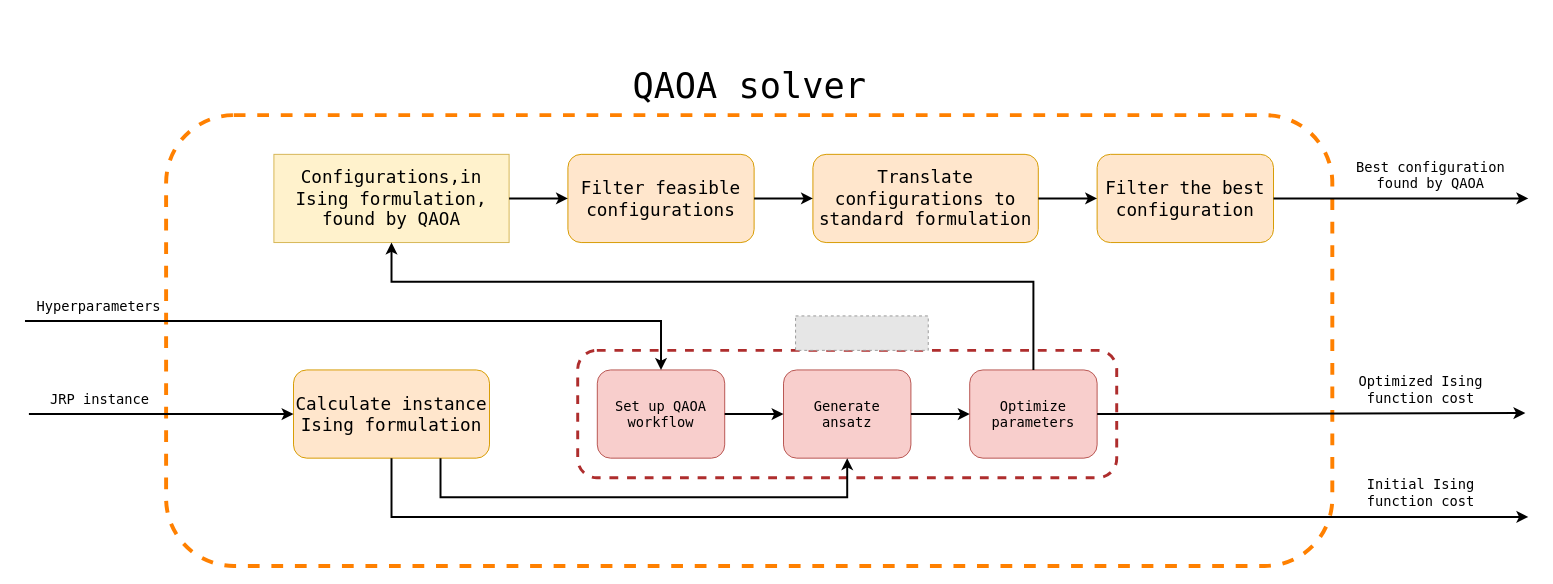
Above: page "solucionadorQAOA_english" (8 of 12) of experiment_testQAOASolver/design/experiment_design.drawio in AdrianoLusso/QuantumComputing_for_JobReassignmentProblem (draw.io), before the change. Source tidied: cells renumbered, new cells numbered last; positions are measured from the earlier drawing's top-left corner, leaving out a move shared by most shapes. Both pictures are drawn from the tidied source at 98%, with x=0, y=0 at pixel (24, 56). Pictures stored in the file or linked from it are replaced by grey dashed boxes.
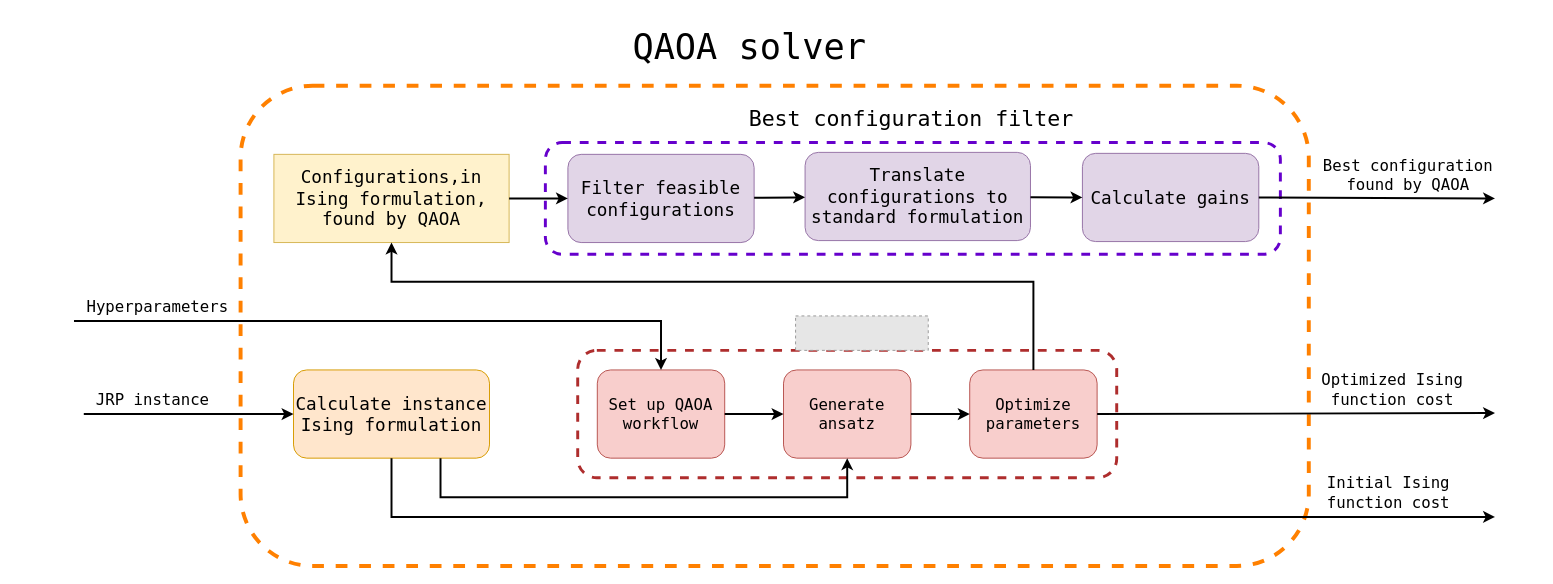
After the change.

The change refers to these unchanged cells:
```xml
<mxCell id="5" value="&lt;font style=&quot;font-size: 18px;&quot; face=&quot;Lucida Console&quot;&gt;Calculate instance Ising formulation&lt;/font&gt;" style="rounded=1;whiteSpace=wrap;html=1;fillColor=#ffe6cc;strokeColor=#d79b00;" parent="1" vertex="1">
  <mxGeometry x="274" y="320" width="200" height="90" as="geometry" />
</mxCell>
```

The edit, as a diff of the source:
```diff
@@
+    <mxCell id="3" style="rounded=1;whiteSpace=wrap;html=1;fillColor=none;strokeColor=#FF8000;dashed=1;strokeWidth=4;" parent="1" vertex="1">
+      <mxGeometry x="220" y="30" width="1090" height="490" as="geometry" />
+    </mxCell>
+    <mxCell id="31" style="rounded=1;whiteSpace=wrap;html=1;strokeWidth=3;fillColor=none;strokeColor=#6600CC;dashed=1;" parent="1" vertex="1">
+      <mxGeometry x="531" y="88" width="750" height="114" as="geometry" />
+    </mxCell>
@@
-    <mxCell id="3" style="rounded=1;whiteSpace=wrap;html=1;fillColor=none;strokeColor=#FF8000;dashed=1;strokeWidth=4;" parent="1" vertex="1">
-      <mxGeometry x="144" y="60" width="1190" height="460" as="geometry" />
-    </mxCell>
     <mxCell id="4" value="&lt;font face=&quot;Lucida Console&quot; style=&quot;font-size: 36px;&quot;&gt;QAOA solver&lt;/font&gt;" style="text;html=1;align=center;verticalAlign=middle;strokeColor=none;fillColor=none;" parent="1" vertex="1">
-      <mxGeometry x="609" width="260" height="60" as="geometry" />
+      <mxGeometry x="609" y="-40" width="260" height="60" as="geometry" />
     </mxCell>
@@
-    <mxCell id="6" value="&lt;font style=&quot;font-size: 14px;&quot; face=&quot;Lucida Console&quot;&gt;Set up QAOA workflow&lt;/font&gt;" style="rounded=1;whiteSpace=wrap;html=1;fillColor=#f8cecc;strokeColor=#b85450;" parent="1" vertex="1">
+    <mxCell id="6" value="&lt;font style=&quot;font-size: 16px;&quot; face=&quot;Lucida Console&quot;&gt;Set up QAOA workflow&lt;/font&gt;" style="rounded=1;whiteSpace=wrap;html=1;fillColor=#f8cecc;strokeColor=#b85450;" parent="1" vertex="1">
       <mxGeometry x="584" y="320" width="130" height="90" as="geometry" />
     </mxCell>
-    <mxCell id="7" value="&lt;font face=&quot;Lucida Console&quot; style=&quot;font-size: 14px;&quot;&gt;Generate&lt;/font&gt;&lt;div&gt;&lt;font face=&quot;Lucida Console&quot; style=&quot;font-size: 14px;&quot;&gt;ansatz&lt;/font&gt;&lt;/div&gt;" style="rounded=1;whiteSpace=wrap;html=1;fillColor=#f8cecc;strokeColor=#b85450;" parent="1" vertex="1">
+    <mxCell id="7" value="&lt;font face=&quot;Lucida Console&quot; style=&quot;font-size: 16px;&quot;&gt;Generate&lt;/font&gt;&lt;div style=&quot;font-size: 16px;&quot;&gt;&lt;font face=&quot;Lucida Console&quot; style=&quot;font-size: 16px;&quot;&gt;ansatz&lt;/font&gt;&lt;/div&gt;" style="rounded=1;whiteSpace=wrap;html=1;fillColor=#f8cecc;strokeColor=#b85450;" parent="1" vertex="1">
       <mxGeometry x="774" y="320" width="130" height="90" as="geometry" />
     </mxCell>
@@
     <mxCell id="10" style="endArrow=classic;html=1;rounded=0;entryX=0;entryY=0.5;entryDx=0;entryDy=0;strokeWidth=2;" parent="1" edge="1" target="5">
       <mxGeometry relative="1" as="geometry">
-        <mxPoint x="4" y="365" as="sourcePoint" />
+        <mxPoint x="60" y="365" as="sourcePoint" />
       </mxGeometry>
     </mxCell>
-    <mxCell id="11" value="&lt;font face=&quot;Lucida Console&quot; style=&quot;font-size: 14px;&quot;&gt;JRP instance&lt;/font&gt;" style="text;html=1;align=center;verticalAlign=middle;strokeColor=none;fillColor=none;" parent="1" vertex="1">
-      <mxGeometry x="16" y="335" width="120" height="30" as="geometry" />
+    <mxCell id="11" value="&lt;font face=&quot;Lucida Console&quot; style=&quot;font-size: 16px;&quot;&gt;JRP instance&lt;/font&gt;" style="text;html=1;align=center;verticalAlign=middle;strokeColor=none;fillColor=none;" parent="1" vertex="1">
+      <mxGeometry x="60" y="335" width="140" height="30" as="geometry" />
     </mxCell>
@@
-    <mxCell id="13" value="&lt;font face=&quot;Lucida Console&quot; style=&quot;font-size: 14px;&quot;&gt;Hyperparameters&lt;/font&gt;" style="text;html=1;align=center;verticalAlign=middle;points=[];strokeColor=none;fillColor=none;" parent="1" vertex="1">
-      <mxGeometry y="240" width="150" height="30" as="geometry" />
+    <mxCell id="13" value="&lt;font face=&quot;Lucida Console&quot; style=&quot;font-size: 16px;&quot;&gt;Hyperparameters&lt;/font&gt;" style="text;html=1;align=center;verticalAlign=middle;points=[];strokeColor=none;fillColor=none;" parent="1" vertex="1">
+      <mxGeometry x="50" y="240" width="170" height="30" as="geometry" />
     </mxCell>
-    <mxCell id="14" value="&lt;font face=&quot;Lucida Console&quot;&gt;&lt;span style=&quot;font-size: 14px;&quot;&gt;Optimize&lt;/span&gt;&lt;/font&gt;&lt;div&gt;&lt;font face=&quot;Lucida Console&quot;&gt;&lt;span style=&quot;font-size: 14px;&quot;&gt;parameters&lt;/span&gt;&lt;/font&gt;&lt;/div&gt;" style="rounded=1;whiteSpace=wrap;html=1;fillColor=#f8cecc;strokeColor=#b85450;" parent="1" vertex="1">
+    <mxCell id="14" value="&lt;font style=&quot;font-size: 16px;&quot; face=&quot;Lucida Console&quot;&gt;Optimize&lt;/font&gt;&lt;div style=&quot;font-size: 16px;&quot;&gt;&lt;font style=&quot;font-size: 16px;&quot; face=&quot;Lucida Console&quot;&gt;parameters&lt;/font&gt;&lt;/div&gt;" style="rounded=1;whiteSpace=wrap;html=1;fillColor=#f8cecc;strokeColor=#b85450;" parent="1" vertex="1">
       <mxGeometry x="964" y="320" width="130" height="90" as="geometry" />
     </mxCell>
@@
-    <mxCell id="18" value="&lt;font face=&quot;Lucida Console&quot;&gt;&lt;span style=&quot;font-size: 18px;&quot;&gt;Translate configurations to standard formulation&lt;/span&gt;&lt;/font&gt;" style="rounded=1;whiteSpace=wrap;html=1;fillColor=#ffe6cc;strokeColor=#d79b00;" parent="1" vertex="1">
-      <mxGeometry x="804" y="100" width="230" height="90" as="geometry" />
+    <mxCell id="18" value="&lt;font face=&quot;Lucida Console&quot;&gt;&lt;span style=&quot;font-size: 18px;&quot;&gt;Translate configurations to standard formulation&lt;/span&gt;&lt;/font&gt;" style="rounded=1;whiteSpace=wrap;html=1;fillColor=#e1d5e7;strokeColor=#9673a6;" parent="1" vertex="1">
+      <mxGeometry x="796" y="98" width="230" height="90" as="geometry" />
     </mxCell>
-    <mxCell id="19" value="&lt;font face=&quot;Lucida Console&quot;&gt;&lt;span style=&quot;font-size: 18px;&quot;&gt;Filter the best&lt;/span&gt;&lt;/font&gt;&lt;div&gt;&lt;font face=&quot;Lucida Console&quot;&gt;&lt;span style=&quot;font-size: 18px;&quot;&gt;configuration&lt;/span&gt;&lt;/font&gt;&lt;/div&gt;" style="rounded=1;whiteSpace=wrap;html=1;fillColor=#ffe6cc;strokeColor=#d79b00;" parent="1" vertex="1">
-      <mxGeometry x="1094" y="100" width="180" height="90" as="geometry" />
+    <mxCell id="19" value="&lt;font face=&quot;Lucida Console&quot;&gt;&lt;span style=&quot;font-size: 18px;&quot;&gt;Calculate gains&lt;/span&gt;&lt;/font&gt;" style="rounded=1;whiteSpace=wrap;html=1;fillColor=#e1d5e7;strokeColor=#9673a6;" parent="1" vertex="1">
+      <mxGeometry x="1079" y="99" width="180" height="90" as="geometry" />
     </mxCell>
     <mxCell id="20" style="endArrow=classic;html=1;rounded=0;exitX=0.5;exitY=1;exitDx=0;exitDy=0;strokeWidth=2;" parent="1" edge="1" source="5">
       <mxGeometry relative="1" as="geometry">
-        <mxPoint x="1534" y="470" as="targetPoint" />
+        <mxPoint x="1500" y="470" as="targetPoint" />
         <Array as="points">
           <mxPoint x="374" y="470" />
         </Array>
       </mxGeometry>
     </mxCell>
-    <mxCell id="21" style="endArrow=classic;html=1;rounded=0;exitX=1;exitY=0.5;exitDx=0;exitDy=0;strokeWidth=2;entryX=0.421;entryY=0.982;entryDx=0;entryDy=0;entryPerimeter=0;" parent="1" edge="1" source="14">
+    <mxCell id="21" style="endArrow=classic;html=1;rounded=0;exitX=1;exitY=0.5;exitDx=0;exitDy=0;strokeWidth=2;" parent="1" edge="1" source="14">
       <mxGeometry relative="1" as="geometry">
-        <mxPoint x="1531" y="364" as="targetPoint" />
+        <mxPoint x="1500" y="364" as="targetPoint" />
       </mxGeometry>
     </mxCell>
-    <mxCell id="22" value="&lt;font face=&quot;Lucida Console&quot;&gt;&lt;span style=&quot;font-size: 14px;&quot;&gt;Best configuration&lt;/span&gt;&lt;/font&gt;&lt;div&gt;&lt;font face=&quot;Lucida Console&quot;&gt;&lt;span style=&quot;font-size: 14px;&quot;&gt;found by QAOA&lt;/span&gt;&lt;/font&gt;&lt;/div&gt;" style="text;html=1;align=center;verticalAlign=middle;strokeColor=none;fillColor=none;" parent="1" vertex="1">
-      <mxGeometry x="1344" y="96" width="180" height="50" as="geometry" />
+    <mxCell id="22" value="&lt;font style=&quot;font-size: 16px;&quot; face=&quot;Lucida Console&quot;&gt;Best configuration&lt;/font&gt;&lt;div style=&quot;font-size: 16px;&quot;&gt;&lt;font style=&quot;font-size: 16px;&quot; face=&quot;Lucida Console&quot;&gt;found by QAOA&lt;/font&gt;&lt;/div&gt;" style="text;html=1;align=center;verticalAlign=middle;strokeColor=none;fillColor=none;" parent="1" vertex="1">
+      <mxGeometry x="1311" y="96" width="200" height="50" as="geometry" />
     </mxCell>
     <mxCell id="23" style="endArrow=classic;html=1;rounded=0;exitX=1;exitY=0.5;exitDx=0;exitDy=0;strokeWidth=2;" parent="1" edge="1" source="19">
       <mxGeometry relative="1" as="geometry">
-        <mxPoint x="1534" y="145" as="targetPoint" />
+        <mxPoint x="1500" y="145" as="targetPoint" />
       </mxGeometry>
     </mxCell>
@@
-    <mxCell id="25" value="&lt;font face=&quot;Lucida Console&quot;&gt;&lt;span style=&quot;font-size: 18px;&quot;&gt;Filter feasible configurations&lt;/span&gt;&lt;/font&gt;" style="rounded=1;whiteSpace=wrap;html=1;fillColor=#ffe6cc;strokeColor=#d79b00;" parent="1" vertex="1">
+    <mxCell id="25" value="&lt;font face=&quot;Lucida Console&quot;&gt;&lt;span style=&quot;font-size: 18px;&quot;&gt;Filter feasible configurations&lt;/span&gt;&lt;/font&gt;" style="rounded=1;whiteSpace=wrap;html=1;fillColor=#e1d5e7;strokeColor=#9673a6;" parent="1" vertex="1">
       <mxGeometry x="554" y="100" width="190" height="90" as="geometry" />
     </mxCell>
@@
-    <mxCell id="29" value="&lt;font face=&quot;Lucida Console&quot;&gt;&lt;span style=&quot;font-size: 14px;&quot;&gt;Optimized Ising&lt;/span&gt;&lt;/font&gt;&lt;div&gt;&lt;font face=&quot;Lucida Console&quot;&gt;&lt;span style=&quot;font-size: 14px;&quot;&gt;function cost&lt;/span&gt;&lt;/font&gt;&lt;/div&gt;" style="text;html=1;align=center;verticalAlign=middle;strokeColor=none;fillColor=none;" parent="1" vertex="1">
-      <mxGeometry x="1349" y="315" width="150" height="50" as="geometry" />
+    <mxCell id="29" value="&lt;font style=&quot;font-size: 16px;&quot; face=&quot;Lucida Console&quot;&gt;Optimized Ising&lt;/font&gt;&lt;div style=&quot;font-size: 16px;&quot;&gt;&lt;font style=&quot;font-size: 16px;&quot; face=&quot;Lucida Console&quot;&gt;function cost&lt;/font&gt;&lt;/div&gt;" style="text;html=1;align=center;verticalAlign=middle;strokeColor=none;fillColor=none;" parent="1" vertex="1">
+      <mxGeometry x="1310" y="315" width="170" height="50" as="geometry" />
     </mxCell>
-    <mxCell id="30" value="&lt;font face=&quot;Lucida Console&quot;&gt;&lt;span style=&quot;font-size: 14px;&quot;&gt;Initial Ising&lt;/span&gt;&lt;/font&gt;&lt;div&gt;&lt;font face=&quot;Lucida Console&quot;&gt;&lt;span style=&quot;font-size: 14px;&quot;&gt;function cost&lt;/span&gt;&lt;/font&gt;&lt;/div&gt;" style="text;html=1;align=center;verticalAlign=middle;strokeColor=none;fillColor=none;" parent="1" vertex="1">
-      <mxGeometry x="1359" y="420" width="130" height="50" as="geometry" />
+    <mxCell id="30" value="&lt;font style=&quot;font-size: 16px;&quot; face=&quot;Lucida Console&quot;&gt;Initial Ising&lt;/font&gt;&lt;div style=&quot;font-size: 16px;&quot;&gt;&lt;font style=&quot;font-size: 16px;&quot; face=&quot;Lucida Console&quot;&gt;function cost&lt;/font&gt;&lt;/div&gt;" style="text;html=1;align=center;verticalAlign=middle;strokeColor=none;fillColor=none;" parent="1" vertex="1">
+      <mxGeometry x="1316" y="420" width="150" height="50" as="geometry" />
     </mxCell>
+    <mxCell id="32" value="&lt;font face=&quot;Lucida Console&quot;&gt;&lt;span style=&quot;font-size: 22px;&quot;&gt;Best configuration filter&lt;/span&gt;&lt;/font&gt;" style="text;html=1;align=center;verticalAlign=middle;strokeColor=none;fillColor=none;" parent="1" vertex="1">
+      <mxGeometry x="729" y="45" width="350" height="40" as="geometry" />
+    </mxCell>
```
